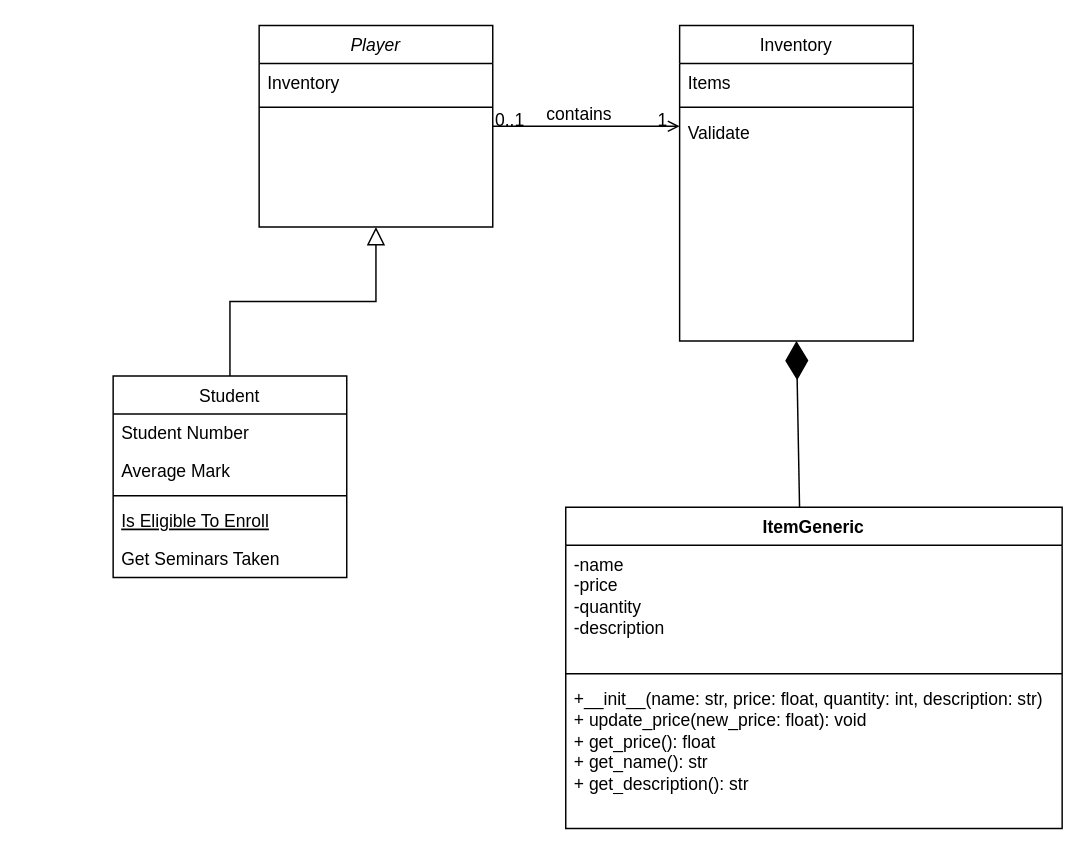
Above: IdleFarmingSimUML.drawio in p-rinceS/IdleFarmingSimUML (draw.io), before the change. Source tidied: cells renumbered, new cells numbered last; positions are measured from the earlier drawing's top-left corner, leaving out a move shared by most shapes. Both pictures are drawn from the tidied source at 146%, with x=0, y=0 at pixel (112, 25).
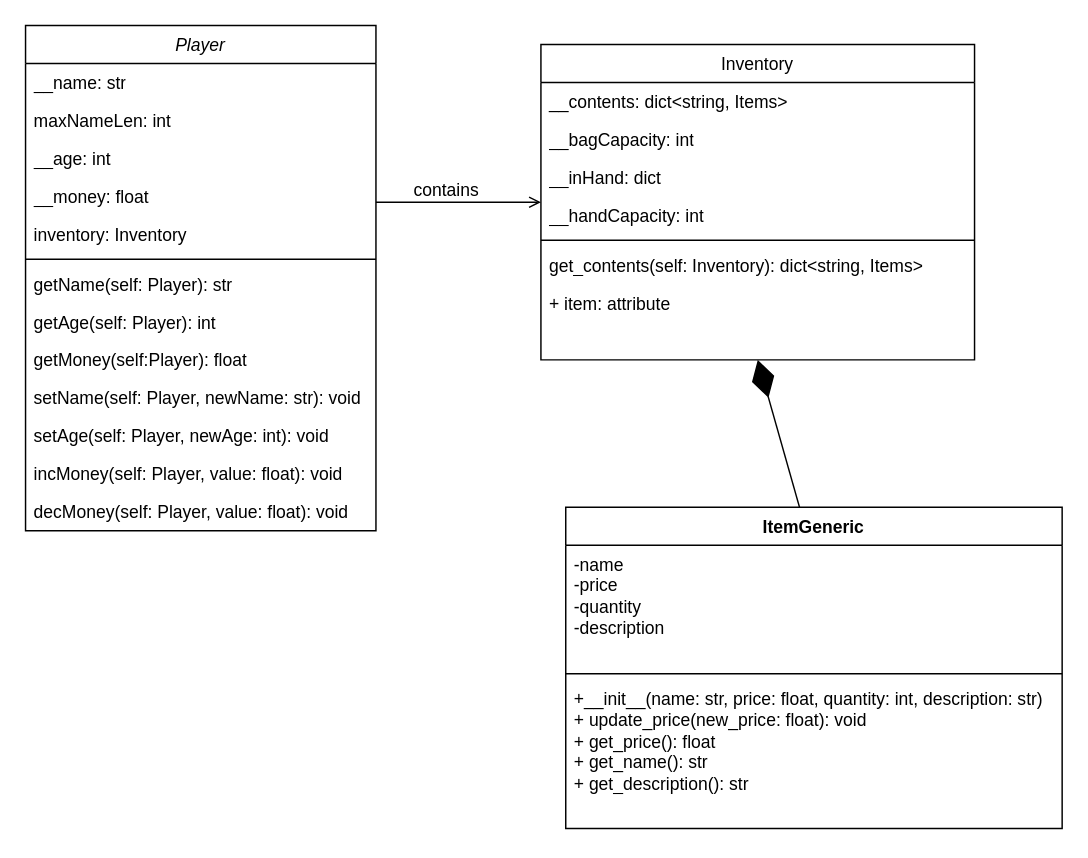
The same diagram, later.

The change refers to these unchanged cells:
```xml
<mxCell id="16" style="endArrow=open;shadow=0;strokeWidth=1;rounded=0;endFill=1;edgeStyle=elbowEdgeStyle;elbow=vertical;" parent="1" edge="1" source="2" target="12">
  <mxGeometry x="0.5" y="41" relative="1" as="geometry">
    <mxPoint x="-40" y="32" as="offset" />
  </mxGeometry>
</mxCell>
```

What changed in the source:
```diff
@@
     <mxCell id="2" value="Player" style="swimlane;fontStyle=2;align=center;verticalAlign=top;horizontal=1;startSize=26;rounded=0;shadow=0;strokeWidth=1;" parent="1" vertex="1">
-      <mxGeometry x="100" width="160" height="138" as="geometry" />
+      <mxGeometry x="-60" width="240" height="346" as="geometry" />
     </mxCell>
-    <mxCell id="3" value="Inventory" style="text;align=left;verticalAlign=top;spacingLeft=4;spacingRight=4;overflow=hidden;" parent="2" vertex="1">
-      <mxGeometry y="26" width="160" height="26" as="geometry" />
-    </mxCell>
-    <mxCell id="4" style="line;html=1;strokeWidth=1;align=left;verticalAlign=middle;spacingTop=-1;spacingLeft=3;spacingRight=3;labelPosition=right;" parent="2" vertex="1">
-      <mxGeometry y="52" width="160" height="8" as="geometry" />
-    </mxCell>
-    <mxCell id="5" value="Student" style="swimlane;fontStyle=0;align=center;verticalAlign=top;horizontal=1;startSize=26;rounded=0;shadow=0;strokeWidth=1;" parent="1" vertex="1">
-      <mxGeometry y="240" width="160" height="138" as="geometry" />
-    </mxCell>
-    <mxCell id="6" value="Student Number" style="text;align=left;verticalAlign=top;spacingLeft=4;spacingRight=4;overflow=hidden;" parent="5" vertex="1">
-      <mxGeometry y="26" width="160" height="26" as="geometry" />
-    </mxCell>
-    <mxCell id="7" value="Average Mark" style="text;align=left;verticalAlign=top;spacingLeft=4;spacingRight=4;overflow=hidden;rounded=0;shadow=0;html=0;" parent="5" vertex="1">
-      <mxGeometry y="52" width="160" height="26" as="geometry" />
-    </mxCell>
-    <mxCell id="8" style="line;html=1;strokeWidth=1;align=left;verticalAlign=middle;spacingTop=-1;spacingLeft=3;spacingRight=3;labelPosition=right;" parent="5" vertex="1">
-      <mxGeometry y="78" width="160" height="8" as="geometry" />
-    </mxCell>
-    <mxCell id="9" value="Is Eligible To Enroll" style="text;align=left;verticalAlign=top;spacingLeft=4;spacingRight=4;overflow=hidden;fontStyle=4;" parent="5" vertex="1">
-      <mxGeometry y="86" width="160" height="26" as="geometry" />
-    </mxCell>
-    <mxCell id="10" value="Get Seminars Taken" style="text;align=left;verticalAlign=top;spacingLeft=4;spacingRight=4;overflow=hidden;" parent="5" vertex="1">
-      <mxGeometry y="112" width="160" height="26" as="geometry" />
-    </mxCell>
-    <mxCell id="11" style="endArrow=block;endSize=10;endFill=0;shadow=0;strokeWidth=1;rounded=0;edgeStyle=elbowEdgeStyle;elbow=vertical;" parent="1" edge="1" source="5" target="2">
-      <mxGeometry relative="1" as="geometry" />
-    </mxCell>
+    <mxCell id="25" value="__name: str" style="text;strokeColor=none;fillColor=none;align=left;verticalAlign=top;spacingLeft=4;spacingRight=4;overflow=hidden;whiteSpace=wrap;html=1;" parent="2" vertex="1">
+      <mxGeometry y="26" width="240" height="26" as="geometry" />
+    </mxCell>
+    <mxCell id="26" value="maxNameLen: int" style="text;strokeColor=none;fillColor=none;align=left;verticalAlign=top;spacingLeft=4;spacingRight=4;overflow=hidden;whiteSpace=wrap;html=1;" parent="2" vertex="1">
+      <mxGeometry y="52" width="240" height="26" as="geometry" />
+    </mxCell>
+    <mxCell id="27" value="__age: int" style="text;strokeColor=none;fillColor=none;align=left;verticalAlign=top;spacingLeft=4;spacingRight=4;overflow=hidden;whiteSpace=wrap;html=1;" parent="2" vertex="1">
+      <mxGeometry y="78" width="240" height="26" as="geometry" />
+    </mxCell>
+    <mxCell id="28" value="__money: float" style="text;strokeColor=none;fillColor=none;align=left;verticalAlign=top;spacingLeft=4;spacingRight=4;overflow=hidden;whiteSpace=wrap;html=1;" parent="2" vertex="1">
+      <mxGeometry y="104" width="240" height="26" as="geometry" />
+    </mxCell>
+    <mxCell id="29" value="inventory: Inventory" style="text;strokeColor=none;fillColor=none;align=left;verticalAlign=top;spacingLeft=4;spacingRight=4;overflow=hidden;whiteSpace=wrap;html=1;" parent="2" vertex="1">
+      <mxGeometry y="130" width="240" height="26" as="geometry" />
+    </mxCell>
+    <mxCell id="30" style="line;strokeWidth=1;fillColor=none;align=left;verticalAlign=middle;spacingTop=-1;spacingLeft=3;spacingRight=3;labelPosition=right;strokeColor=inherit;" parent="2" vertex="1">
+      <mxGeometry y="156" width="240" height="8" as="geometry" />
+    </mxCell>
+    <mxCell id="31" value="getName(self: Player): str" style="text;strokeColor=none;fillColor=none;align=left;verticalAlign=top;spacingLeft=4;spacingRight=4;overflow=hidden;whiteSpace=wrap;html=1;" parent="2" vertex="1">
+      <mxGeometry y="164" width="240" height="26" as="geometry" />
+    </mxCell>
+    <mxCell id="32" value="getAge(self: Player): int" style="text;strokeColor=none;fillColor=none;align=left;verticalAlign=top;spacingLeft=4;spacingRight=4;overflow=hidden;whiteSpace=wrap;html=1;" parent="2" vertex="1">
+      <mxGeometry y="190" width="240" height="26" as="geometry" />
+    </mxCell>
+    <mxCell id="33" value="getMoney(self:Player): float" style="text;strokeColor=none;fillColor=none;align=left;verticalAlign=top;spacingLeft=4;spacingRight=4;overflow=hidden;whiteSpace=wrap;html=1;" parent="2" vertex="1">
+      <mxGeometry y="216" width="240" height="26" as="geometry" />
+    </mxCell>
+    <mxCell id="34" value="setName(self: Player, newName: str): void" style="text;strokeColor=none;fillColor=none;align=left;verticalAlign=top;spacingLeft=4;spacingRight=4;overflow=hidden;whiteSpace=wrap;html=1;" parent="2" vertex="1">
+      <mxGeometry y="242" width="240" height="26" as="geometry" />
+    </mxCell>
+    <mxCell id="35" value="setAge(self: Player, newAge: int): void" style="text;strokeColor=none;fillColor=none;align=left;verticalAlign=top;spacingLeft=4;spacingRight=4;overflow=hidden;whiteSpace=wrap;html=1;" parent="2" vertex="1">
+      <mxGeometry y="268" width="240" height="26" as="geometry" />
+    </mxCell>
+    <mxCell id="36" value="incMoney(self: Player, value: float): void" style="text;strokeColor=none;fillColor=none;align=left;verticalAlign=top;spacingLeft=4;spacingRight=4;overflow=hidden;whiteSpace=wrap;html=1;" parent="2" vertex="1">
+      <mxGeometry y="294" width="240" height="26" as="geometry" />
+    </mxCell>
+    <mxCell id="37" value="decMoney(self: Player, value: float): void" style="text;strokeColor=none;fillColor=none;align=left;verticalAlign=top;spacingLeft=4;spacingRight=4;overflow=hidden;whiteSpace=wrap;html=1;" parent="2" vertex="1">
+      <mxGeometry y="320" width="240" height="26" as="geometry" />
+    </mxCell>
     <mxCell id="12" value="Inventory" style="swimlane;fontStyle=0;align=center;verticalAlign=top;horizontal=1;startSize=26;rounded=0;shadow=0;strokeWidth=1;" parent="1" vertex="1">
-      <mxGeometry x="388" width="160" height="216" as="geometry" />
+      <mxGeometry x="293" y="13" width="297" height="216" as="geometry" />
     </mxCell>
-    <mxCell id="13" value="Items" style="text;align=left;verticalAlign=top;spacingLeft=4;spacingRight=4;overflow=hidden;rounded=0;shadow=0;html=0;" parent="12" vertex="1">
-      <mxGeometry y="26" width="160" height="26" as="geometry" />
+    <mxCell id="13" value="__contents: dict&lt;string, Items&gt;" style="text;align=left;verticalAlign=top;spacingLeft=4;spacingRight=4;overflow=hidden;rounded=0;shadow=0;html=0;" parent="12" vertex="1">
+      <mxGeometry y="26" width="297" height="26" as="geometry" />
     </mxCell>
+    <mxCell id="38" value="__bagCapacity: int" style="text;strokeColor=none;fillColor=none;align=left;verticalAlign=top;spacingLeft=4;spacingRight=4;overflow=hidden;whiteSpace=wrap;html=1;" parent="12" vertex="1">
+      <mxGeometry y="52" width="297" height="26" as="geometry" />
+    </mxCell>
+    <mxCell id="39" value="__inHand: dict" style="text;strokeColor=none;fillColor=none;align=left;verticalAlign=top;spacingLeft=4;spacingRight=4;overflow=hidden;whiteSpace=wrap;html=1;" parent="12" vertex="1">
+      <mxGeometry y="78" width="297" height="26" as="geometry" />
+    </mxCell>
+    <mxCell id="40" value="__handCapacity: int" style="text;strokeColor=none;fillColor=none;align=left;verticalAlign=top;spacingLeft=4;spacingRight=4;overflow=hidden;whiteSpace=wrap;html=1;" parent="12" vertex="1">
+      <mxGeometry y="104" width="297" height="26" as="geometry" />
+    </mxCell>
     <mxCell id="14" style="line;html=1;strokeWidth=1;align=left;verticalAlign=middle;spacingTop=-1;spacingLeft=3;spacingRight=3;labelPosition=right;" parent="12" vertex="1">
-      <mxGeometry y="52" width="160" height="8" as="geometry" />
+      <mxGeometry y="130" width="297" height="8" as="geometry" />
     </mxCell>
-    <mxCell id="15" value="Validate" style="text;align=left;verticalAlign=top;spacingLeft=4;spacingRight=4;overflow=hidden;" parent="12" vertex="1">
-      <mxGeometry y="60" width="160" height="26" as="geometry" />
-    </mxCell>
+    <mxCell id="41" value="get_contents(self: Inventory): dict&amp;lt;string, Items&amp;gt;" style="text;strokeColor=none;fillColor=none;align=left;verticalAlign=top;spacingLeft=4;spacingRight=4;overflow=hidden;whiteSpace=wrap;html=1;" parent="12" vertex="1">
+      <mxGeometry y="138" width="297" height="26" as="geometry" />
+    </mxCell>
+    <mxCell id="42" value="+ item: attribute" style="text;strokeColor=none;fillColor=none;align=left;verticalAlign=top;spacingLeft=4;spacingRight=4;overflow=hidden;whiteSpace=wrap;html=1;" parent="12" vertex="1">
+      <mxGeometry y="164" width="297" height="26" as="geometry" />
+    </mxCell>
@@
-    <mxCell id="17" value="0..1" style="align=left;verticalAlign=bottom;labelBackgroundColor=none;fontSize=12;" parent="16" vertex="1">
+    <mxCell id="17" style="align=left;verticalAlign=bottom;labelBackgroundColor=none;fontSize=12;" parent="16" vertex="1">
       <mxGeometry x="-1" relative="1" as="geometry">
         <mxPoint y="4" as="offset" />
       </mxGeometry>
     </mxCell>
-    <mxCell id="18" value="1" style="align=right;verticalAlign=bottom;labelBackgroundColor=none;fontSize=12;" parent="16" vertex="1">
+    <mxCell id="18" style="align=right;verticalAlign=bottom;labelBackgroundColor=none;fontSize=12;" parent="16" vertex="1">
       <mxGeometry x="1" relative="1" as="geometry">
         <mxPoint x="-7" y="4" as="offset" />
       </mxGeometry>
     </mxCell>
```
